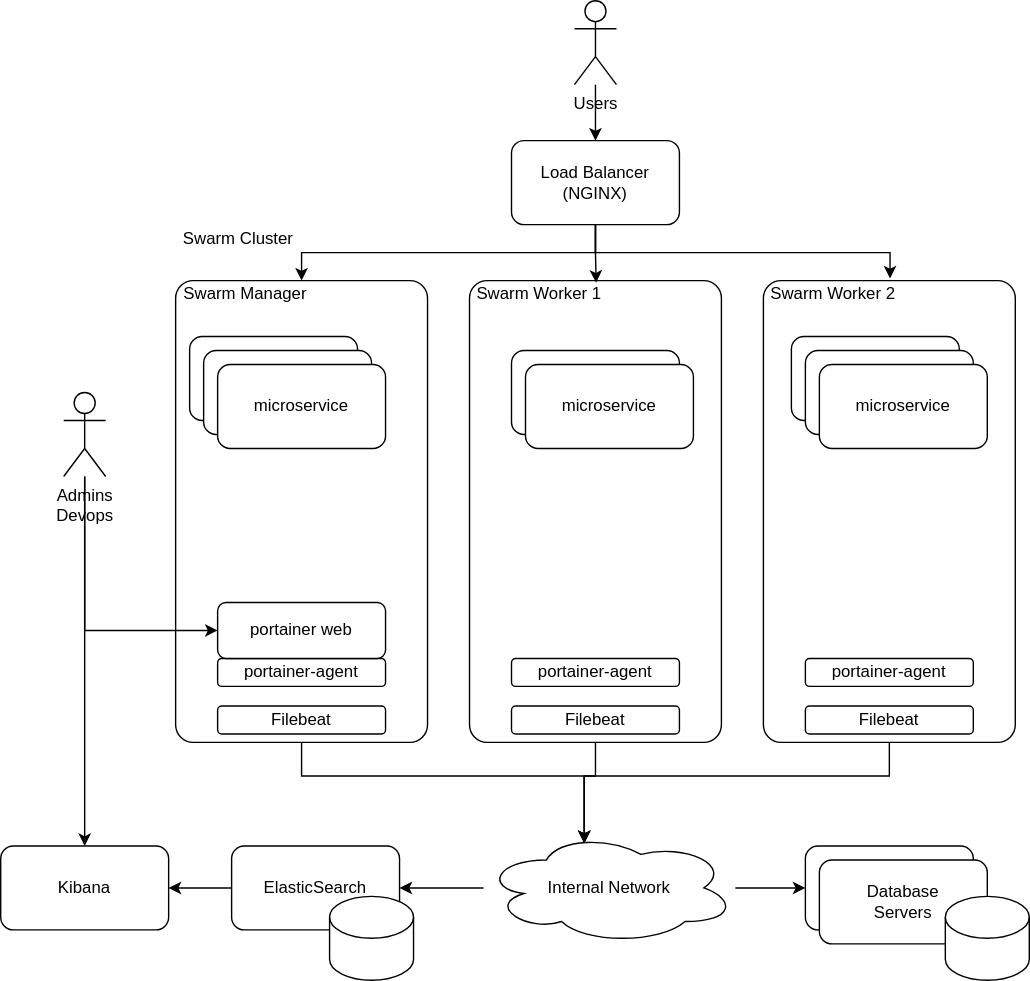
jveverka/microprojects keeps this draw.io diagram as docs/cluster-docker-swarm/docker-swarm-reference-architecture.svg. Above is the earlier version. Source tidied: cells renumbered, new cells last; positions are measured from the earlier drawing's top-left corner, leaving out a move shared by most shapes.
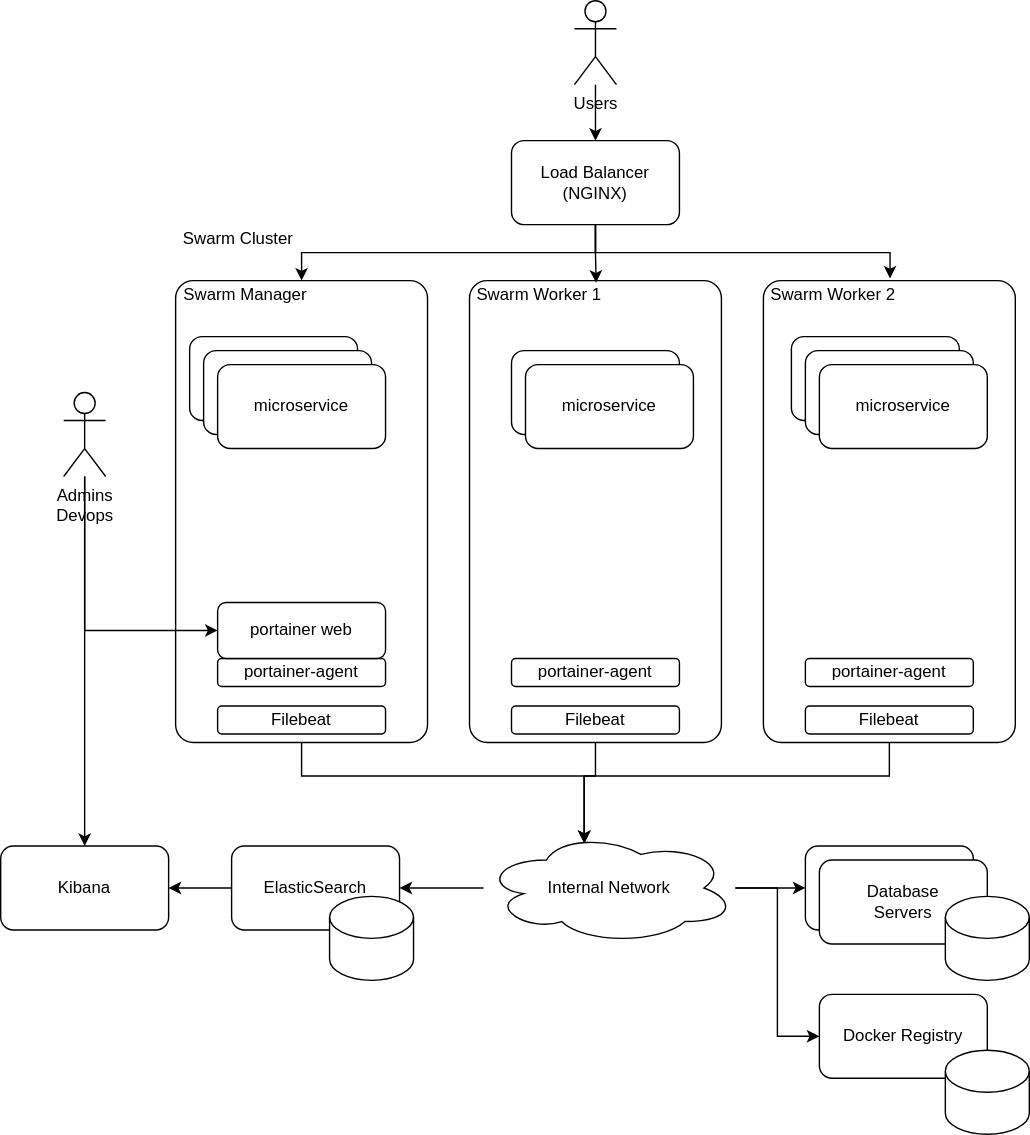
The same file after the commit.

What changed in the source:
```diff
@@ -77,6 +77,9 @@
     <mxCell id="20" style="edgeStyle=orthogonalEdgeStyle;rounded=0;jettySize=auto;html=1;entryX=0;entryY=0.5;entryDx=0;entryDy=0;endArrow=classic;endFill=1;" parent="1" edge="1" source="21" target="26">
       <mxGeometry relative="1" as="geometry" />
     </mxCell>
+    <mxCell id="46" style="edgeStyle=orthogonalEdgeStyle;rounded=0;jettySize=auto;html=1;entryX=0;entryY=0.5;entryDx=0;entryDy=0;" parent="1" edge="1" source="21" target="47">
+      <mxGeometry relative="1" as="geometry" />
+    </mxCell>
     <mxCell id="21" value="Internal Network" style="ellipse;shape=cloud;whiteSpace=wrap;html=1;" parent="1" vertex="1">
       <mxGeometry x="345" y="594" width="180" height="80" as="geometry" />
     </mxCell>
@@ -166,5 +169,11 @@
     <mxCell id="45" value="Admins&lt;br&gt;Devops" style="shape=umlActor;verticalLabelPosition=bottom;verticalAlign=top;html=1;outlineConnect=0;" parent="1" vertex="1">
       <mxGeometry x="45" y="280" width="30" height="60" as="geometry" />
     </mxCell>
+    <mxCell id="47" value="Docker Registry" style="rounded=1;whiteSpace=wrap;html=1;" parent="1" vertex="1">
+      <mxGeometry x="585" y="710" width="120" height="60" as="geometry" />
+    </mxCell>
+    <mxCell id="48" style="shape=cylinder3;whiteSpace=wrap;html=1;boundedLbl=1;backgroundOutline=1;size=15;" parent="1" vertex="1">
+      <mxGeometry x="675" y="750" width="60" height="60" as="geometry" />
+    </mxCell>
   </root>
 </mxGraphModel>
```
